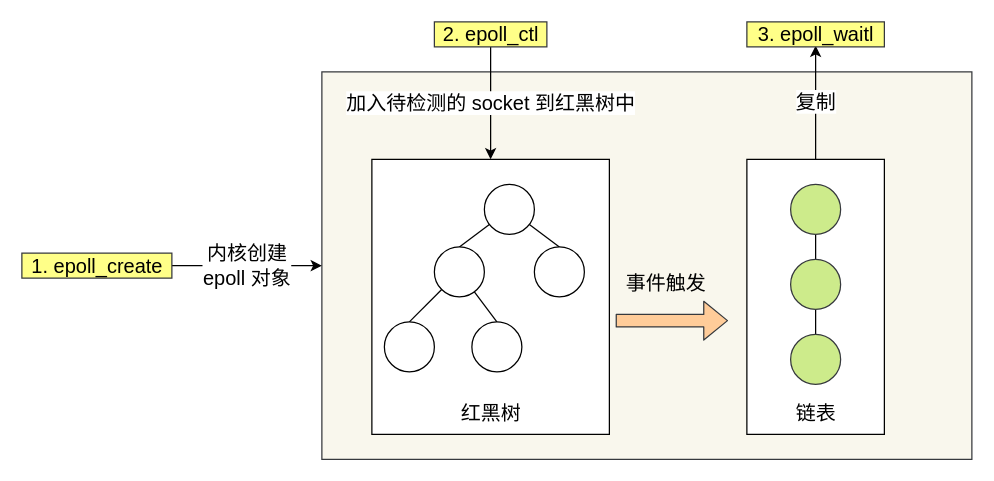
Above: 操作系统/多路复用/epoll.drawio in xiaolincoder/ImageHost4 (draw.io), before the change. Source tidied: cells renumbered, new cells numbered last; positions are measured from the earlier drawing's top-left corner, leaving out a move shared by most shapes. Both pictures are drawn from the tidied source at 125%, with x=0, y=0 at pixel (21, 21).
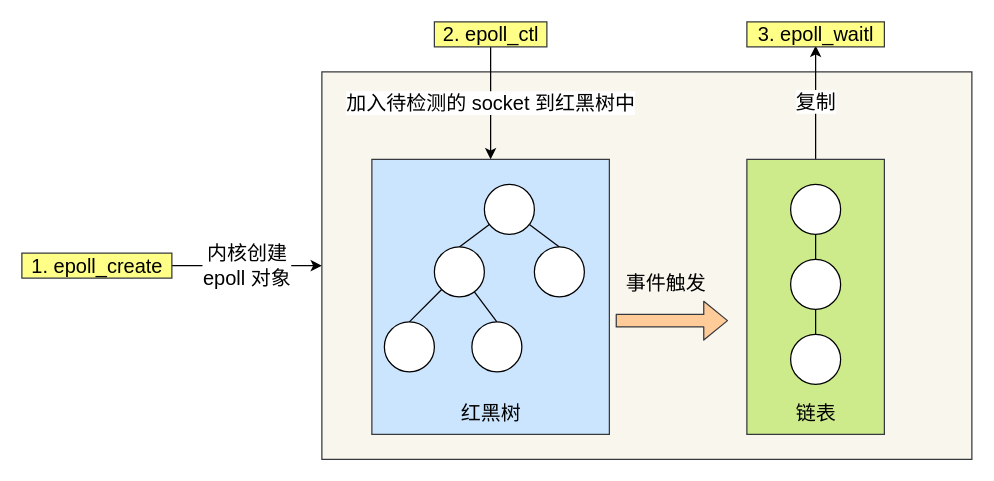
After the change.

What changed in the source:
```diff
@@
-    <mxCell id="4" value="&lt;br&gt;&lt;br&gt;&lt;br&gt;&lt;br&gt;&lt;br&gt;&lt;br&gt;&lt;br&gt;&lt;br&gt;&lt;br&gt;&lt;br&gt;" style="rounded=0;whiteSpace=wrap;html=1;fontSize=16;" parent="1" vertex="1">
+    <mxCell id="4" value="&lt;br&gt;&lt;br&gt;&lt;br&gt;&lt;br&gt;&lt;br&gt;&lt;br&gt;&lt;br&gt;&lt;br&gt;&lt;br&gt;&lt;br&gt;" style="rounded=0;whiteSpace=wrap;html=1;fontSize=16;fillColor=#cdeb8b;strokeColor=#36393d;" parent="1" vertex="1">
       <mxGeometry x="580" y="110" width="110" height="220" as="geometry" />
     </mxCell>
-    <mxCell id="5" style="rounded=0;whiteSpace=wrap;html=1;fontSize=16;" parent="1" vertex="1">
+    <mxCell id="5" style="rounded=0;whiteSpace=wrap;html=1;fontSize=16;fillColor=#cce5ff;strokeColor=#36393d;" parent="1" vertex="1">
       <mxGeometry x="280" y="110" width="190" height="220" as="geometry" />
     </mxCell>
@@
-    <mxCell id="17" style="ellipse;whiteSpace=wrap;html=1;fillColor=#cdeb8b;strokeColor=#36393d;" parent="1" vertex="1">
+    <mxCell id="17" style="ellipse;whiteSpace=wrap;html=1;" parent="1" vertex="1">
       <mxGeometry x="615" y="130" width="40" height="40" as="geometry" />
     </mxCell>
@@
-    <mxCell id="19" style="ellipse;whiteSpace=wrap;html=1;fillColor=#cdeb8b;strokeColor=#36393d;" parent="1" vertex="1">
+    <mxCell id="19" style="ellipse;whiteSpace=wrap;html=1;" parent="1" vertex="1">
       <mxGeometry x="615" y="190" width="40" height="40" as="geometry" />
     </mxCell>
-    <mxCell id="20" style="ellipse;whiteSpace=wrap;html=1;fillColor=#cdeb8b;strokeColor=#36393d;" parent="1" vertex="1">
+    <mxCell id="20" style="ellipse;whiteSpace=wrap;html=1;" parent="1" vertex="1">
       <mxGeometry x="615" y="250" width="40" height="40" as="geometry" />
     </mxCell>
```
